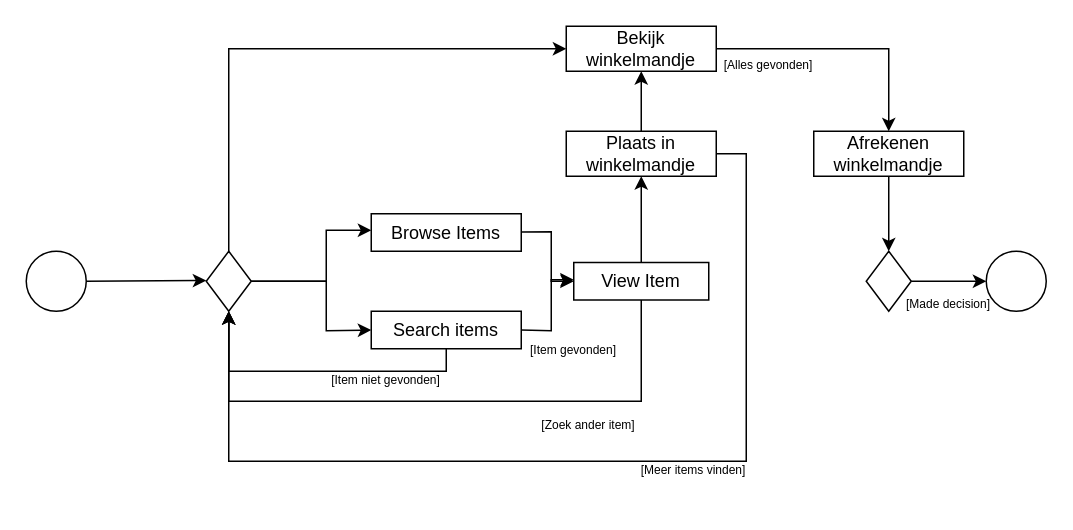
This is docs/diagrams/Activity diagram - Customer journey.drawio from YoungSilent/nerdy_gadgets, a draw.io file, before an edit. Source tidied: cells renumbered, new cells numbered last; positions are measured from the earlier drawing's top-left corner, leaving out a move shared by most shapes. Both pictures are drawn from the tidied source at 150%, with x=0, y=0 at pixel (26, 26).
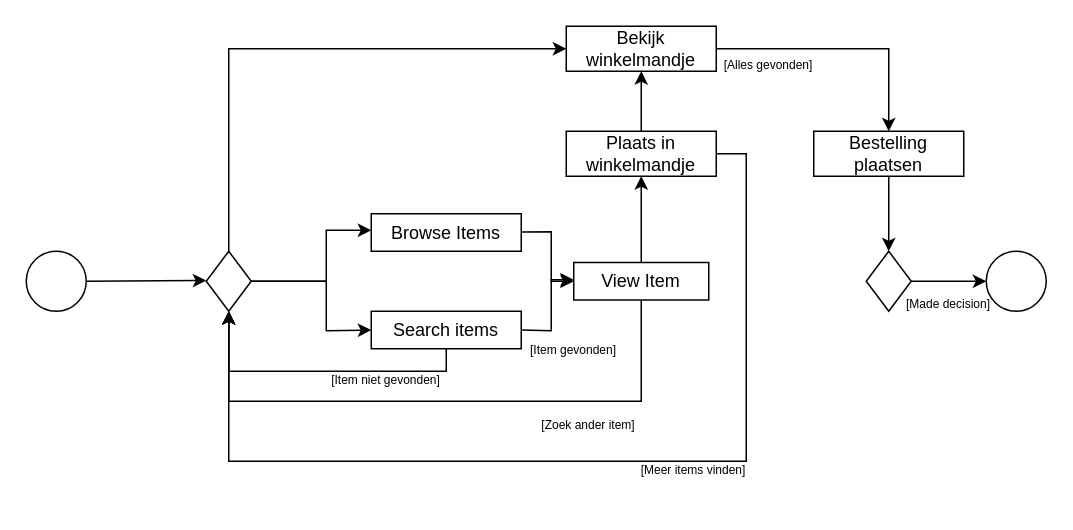
The same page after the edit.

Change to the diagram source:
```diff
@@
-    <mxCell id="22" value="Afrekenen winkelmandje" style="rounded=0;whiteSpace=wrap;html=1;" parent="1" vertex="1">
+    <mxCell id="22" value="Bestelling plaatsen" style="rounded=0;whiteSpace=wrap;html=1;" parent="1" vertex="1">
       <mxGeometry x="525" y="70" width="100" height="30" as="geometry" />
     </mxCell>
```
